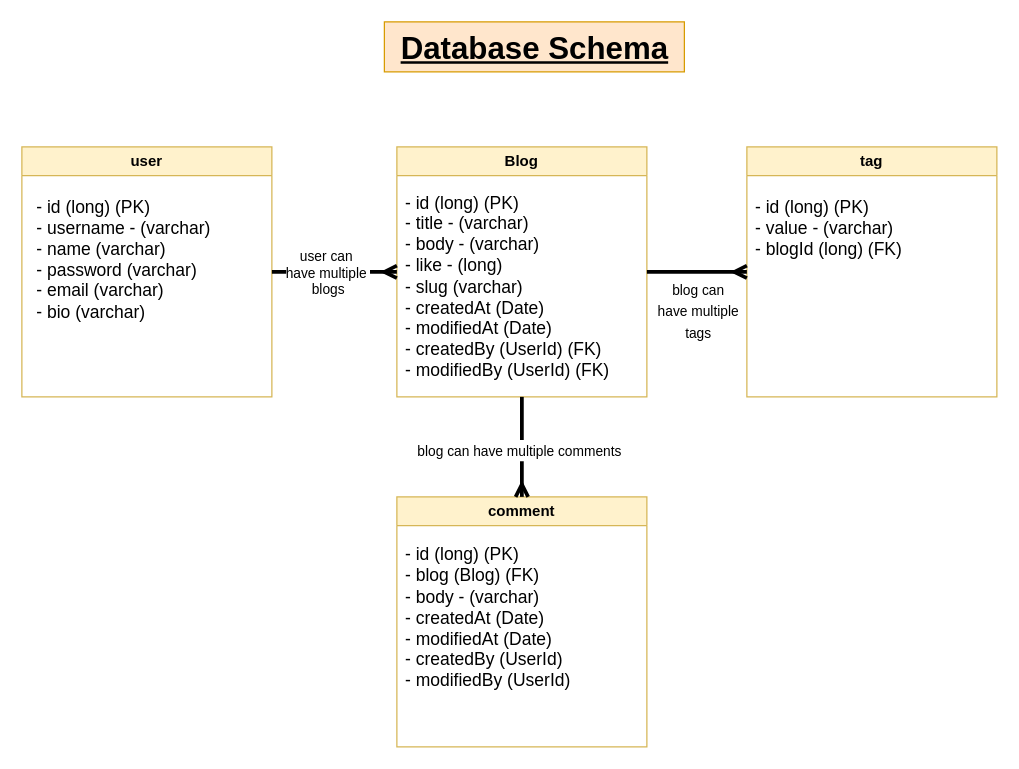
Above: DB Schema.drawio in sufiyan0211/Blog-Share (draw.io), before the change. Source tidied: cells renumbered, new cells numbered last; positions are measured from the earlier drawing's top-left corner, leaving out a move shared by most shapes. Both pictures are drawn from the tidied source at 125%, with x=0, y=0 at pixel (21, 21).
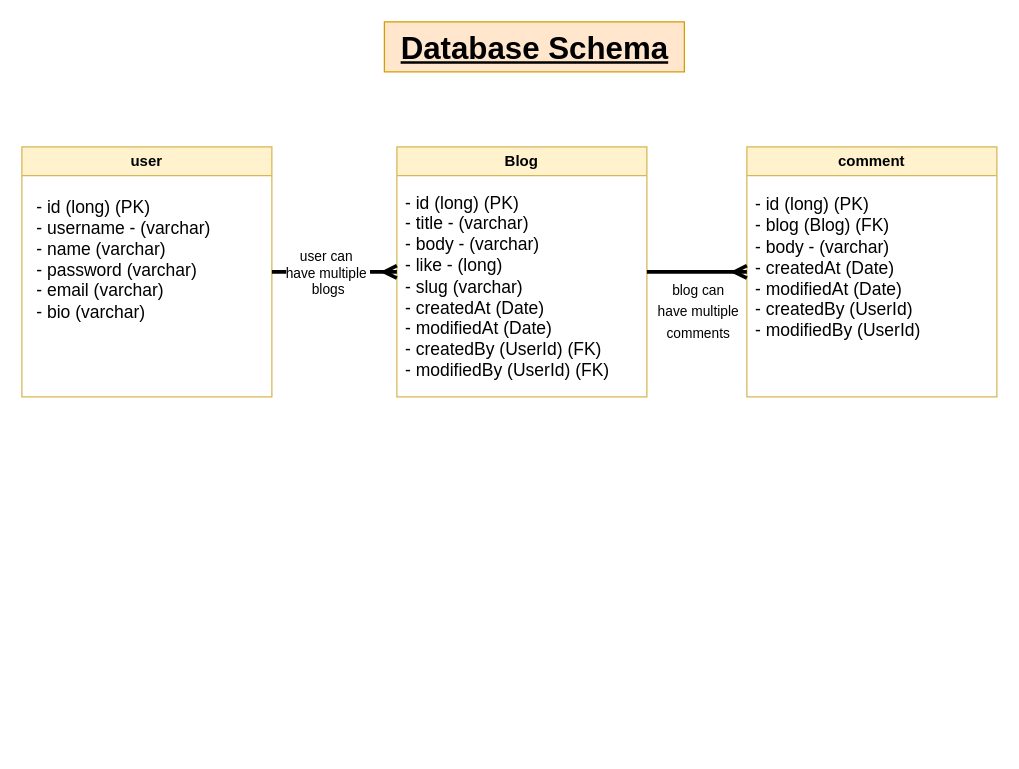
The same diagram, later.

Commit message (it also covers changes not shown here):
Modify design diagram

Diff of the diagram source:
```diff
@@
 <mxGraphModel>
   <root>
     <mxCell id="0" />
     <mxCell id="1" parent="0" />
     <mxCell id="2" value="user" style="swimlane;whiteSpace=wrap;html=1;fillColor=#fff2cc;strokeColor=#d6b656;" parent="1" vertex="1">
       <mxGeometry y="100" width="200" height="200" as="geometry" />
     </mxCell>
     <mxCell id="3" value="&lt;font style=&quot;font-size: 14px;&quot;&gt;- id (long) (PK)&lt;br&gt;&lt;/font&gt;&lt;div style=&quot;font-size: 14px;&quot;&gt;&lt;span style=&quot;background-color: initial;&quot;&gt;&lt;font style=&quot;font-size: 14px;&quot;&gt;- username - (varchar)&lt;/font&gt;&lt;/span&gt;&lt;/div&gt;&lt;div style=&quot;font-size: 14px;&quot;&gt;&lt;font style=&quot;font-size: 14px;&quot;&gt;&lt;span style=&quot;background-color: initial;&quot;&gt;- name (&lt;/span&gt;varchar&lt;span style=&quot;background-color: initial;&quot;&gt;)&lt;/span&gt;&lt;/font&gt;&lt;/div&gt;&lt;div style=&quot;font-size: 14px;&quot;&gt;- password (varchar)&lt;/div&gt;&lt;div style=&quot;font-size: 14px;&quot;&gt;- email (varchar)&lt;/div&gt;&lt;div style=&quot;font-size: 14px;&quot;&gt;- bio (varchar)&lt;/div&gt;" style="text;html=1;align=left;verticalAlign=middle;strokeColor=none;fillColor=none;" parent="2" vertex="1">
       <mxGeometry x="10" y="35" width="160" height="110" as="geometry" />
     </mxCell>
     <mxCell id="4" value="Blog" style="swimlane;whiteSpace=wrap;html=1;fillColor=#fff2cc;strokeColor=#d6b656;" parent="1" vertex="1">
       <mxGeometry x="300" y="100" width="200" height="200" as="geometry" />
     </mxCell>
     <mxCell id="5" value="&lt;font style=&quot;font-size: 14px;&quot;&gt;- id (long) (PK)&lt;br&gt;&lt;/font&gt;&lt;div style=&quot;font-size: 14px;&quot;&gt;&lt;span style=&quot;background-color: initial;&quot;&gt;&lt;font style=&quot;font-size: 14px;&quot;&gt;- title - (varchar)&lt;/font&gt;&lt;/span&gt;&lt;/div&gt;&lt;div style=&quot;font-size: 14px;&quot;&gt;&lt;span style=&quot;background-color: initial;&quot;&gt;&lt;font style=&quot;font-size: 14px;&quot;&gt;- body - (varchar)&lt;/font&gt;&lt;/span&gt;&lt;/div&gt;&lt;div style=&quot;font-size: 14px;&quot;&gt;&lt;font style=&quot;font-size: 14px;&quot;&gt;- like - (long)&lt;/font&gt;&lt;/div&gt;&lt;div style=&quot;font-size: 14px;&quot;&gt;&lt;font style=&quot;font-size: 14px;&quot;&gt;&lt;span style=&quot;background-color: initial;&quot;&gt;- slug (&lt;/span&gt;varchar&lt;span style=&quot;background-color: initial;&quot;&gt;)&lt;/span&gt;&lt;/font&gt;&lt;/div&gt;&lt;div style=&quot;font-size: 14px;&quot;&gt;&lt;font style=&quot;font-size: 14px;&quot;&gt;- createdAt (Date)&lt;/font&gt;&lt;/div&gt;&lt;div style=&quot;font-size: 14px;&quot;&gt;&lt;font style=&quot;font-size: 14px;&quot;&gt;- modifiedAt (Date)&lt;/font&gt;&lt;/div&gt;&lt;div style=&quot;font-size: 14px;&quot;&gt;&lt;font style=&quot;font-size: 14px;&quot;&gt;- createdBy (UserId) (FK)&lt;/font&gt;&lt;/div&gt;&lt;div style=&quot;font-size: 14px;&quot;&gt;&lt;font style=&quot;font-size: 14px;&quot;&gt;- modifiedBy (UserId) (FK)&lt;/font&gt;&lt;/div&gt;&lt;span style=&quot;background-color: initial; font-size: 14px;&quot;&gt;&lt;br&gt;&lt;/span&gt;" style="text;html=1;align=left;verticalAlign=middle;strokeColor=none;fillColor=none;" parent="4" vertex="1">
       <mxGeometry x="5" y="30" width="190" height="180" as="geometry" />
     </mxCell>
-    <mxCell id="6" value="tag" style="swimlane;whiteSpace=wrap;html=1;startSize=23;fillColor=#fff2cc;strokeColor=#d6b656;gradientColor=none;swimlaneFillColor=none;" parent="1" vertex="1">
-      <mxGeometry x="580" y="100" width="200" height="200" as="geometry" />
-    </mxCell>
-    <mxCell id="7" value="&lt;font style=&quot;font-size: 14px;&quot;&gt;- id (long) (PK)&lt;br&gt;&lt;/font&gt;&lt;div style=&quot;font-size: 14px;&quot;&gt;&lt;span style=&quot;background-color: initial;&quot;&gt;&lt;font style=&quot;font-size: 14px;&quot;&gt;- value - (varchar)&lt;/font&gt;&lt;/span&gt;&lt;/div&gt;&lt;div style=&quot;font-size: 14px;&quot;&gt;&lt;font style=&quot;font-size: 14px;&quot;&gt;&lt;span style=&quot;background-color: initial;&quot;&gt;- blogId (&lt;/span&gt;long&lt;span style=&quot;background-color: initial;&quot;&gt;) (FK)&lt;/span&gt;&lt;/font&gt;&lt;/div&gt;" style="text;html=1;align=left;verticalAlign=middle;strokeColor=none;fillColor=none;" parent="6" vertex="1">
-      <mxGeometry x="5" y="35" width="140" height="60" as="geometry" />
-    </mxCell>
     <mxCell id="8" value="comment" style="swimlane;whiteSpace=wrap;html=1;fillColor=#fff2cc;strokeColor=#d6b656;" parent="1" vertex="1">
-      <mxGeometry x="300" y="380" width="200" height="200" as="geometry" />
+      <mxGeometry x="580" y="100" width="200" height="200" as="geometry" />
     </mxCell>
     <mxCell id="9" value="&lt;font style=&quot;font-size: 14px;&quot;&gt;- id (long) (PK)&lt;br&gt;- blog (Blog) (FK)&lt;br&gt;&lt;/font&gt;&lt;div style=&quot;font-size: 14px;&quot;&gt;&lt;span style=&quot;background-color: initial;&quot;&gt;&lt;font style=&quot;font-size: 14px;&quot;&gt;- body - (varchar)&lt;/font&gt;&lt;/span&gt;&lt;/div&gt;&lt;div style=&quot;font-size: 14px;&quot;&gt;&lt;div style=&quot;border-color: var(--border-color);&quot;&gt;&lt;font style=&quot;font-size: 14px;&quot;&gt;- createdAt (Date)&lt;/font&gt;&lt;/div&gt;&lt;div style=&quot;border-color: var(--border-color);&quot;&gt;&lt;font style=&quot;font-size: 14px;&quot;&gt;- modifiedAt (Date)&lt;/font&gt;&lt;/div&gt;&lt;div style=&quot;border-color: var(--border-color);&quot;&gt;&lt;font style=&quot;font-size: 14px;&quot;&gt;- createdBy (UserId)&lt;/font&gt;&lt;/div&gt;&lt;div style=&quot;border-color: var(--border-color);&quot;&gt;&lt;font style=&quot;font-size: 14px;&quot;&gt;- modifiedBy (UserId)&lt;/font&gt;&lt;/div&gt;&lt;div style=&quot;border-color: var(--border-color);&quot;&gt;&lt;/div&gt;&lt;br style=&quot;border-color: var(--border-color);&quot;&gt;&lt;/div&gt;" style="text;html=1;align=left;verticalAlign=middle;strokeColor=none;fillColor=none;" parent="8" vertex="1">
       <mxGeometry x="5" y="30" width="160" height="150" as="geometry" />
     </mxCell>
     <mxCell id="10" value="&lt;font style=&quot;font-size: 25px;&quot;&gt;&lt;b&gt;&lt;u&gt;Database Schema&lt;/u&gt;&lt;/b&gt;&lt;/font&gt;" style="text;html=1;align=center;verticalAlign=middle;strokeColor=#d79b00;fillColor=#ffe6cc;" parent="1" vertex="1">
       <mxGeometry x="290" width="240" height="40" as="geometry" />
     </mxCell>
     <mxCell id="11" style="endArrow=ERmany;html=1;rounded=0;fontSize=14;fontColor=#000000;exitX=1;exitY=0.5;exitDx=0;exitDy=0;endFill=0;strokeWidth=3;entryX=0;entryY=0.5;entryDx=0;entryDy=0;" parent="1" edge="1" source="2" target="4">
       <mxGeometry relative="1" as="geometry" />
     </mxCell>
     <mxCell id="12" value="user can&amp;nbsp;&lt;br&gt;have multiple&amp;nbsp;&lt;br&gt;blogs" style="edgeLabel;html=1;align=center;verticalAlign=middle;fontSize=11;fontColor=#000000;" parent="11" vertex="1">
       <mxGeometry x="-0.31" y="-3" relative="1" as="geometry">
         <mxPoint x="9" y="-3" as="offset" />
       </mxGeometry>
     </mxCell>
-    <mxCell id="13" style="endArrow=ERmany;html=1;rounded=0;strokeWidth=3;fontSize=14;fontColor=#000000;entryX=0;entryY=0.5;entryDx=0;entryDy=0;exitX=1;exitY=0.5;exitDx=0;exitDy=0;startArrow=none;startFill=0;endFill=0;" parent="1" edge="1" source="4" target="6">
-      <mxGeometry relative="1" as="geometry" />
-    </mxCell>
-    <mxCell id="14" value="&lt;font style=&quot;font-size: 11px;&quot;&gt;blog can&lt;br&gt;have multiple&lt;br&gt;tags&lt;/font&gt;" style="edgeLabel;html=1;align=center;verticalAlign=middle;fontSize=14;fontColor=#000000;" parent="13" vertex="1">
-      <mxGeometry x="-0.3" relative="1" as="geometry">
-        <mxPoint x="12" y="30" as="offset" />
-      </mxGeometry>
-    </mxCell>
-    <mxCell id="15" style="endArrow=none;html=1;rounded=0;strokeWidth=3;fontSize=14;fontColor=#000000;exitX=0.5;exitY=0;exitDx=0;exitDy=0;entryX=0.5;entryY=1;entryDx=0;entryDy=0;startArrow=ERmany;startFill=0;" parent="1" edge="1" source="8" target="4">
+    <mxCell id="15" style="endArrow=none;html=1;rounded=0;strokeWidth=3;fontSize=14;fontColor=#000000;exitX=0;exitY=0.5;exitDx=0;exitDy=0;startArrow=ERmany;startFill=0;entryX=1;entryY=0.5;entryDx=0;entryDy=0;" parent="1" edge="1" source="8" target="4">
       <mxGeometry relative="1" as="geometry" />
     </mxCell>
-    <mxCell id="16" value="&lt;font style=&quot;font-size: 11px;&quot;&gt;blog can have multiple comments&lt;/font&gt;" style="edgeLabel;html=1;align=center;verticalAlign=middle;fontSize=14;fontColor=#000000;" parent="15" vertex="1">
-      <mxGeometry x="-0.05" y="3" relative="1" as="geometry" />
+    <mxCell id="16" value="&lt;font style=&quot;font-size: 11px;&quot;&gt;blog can &lt;br&gt;have multiple &lt;br&gt;comments&lt;/font&gt;" style="edgeLabel;html=1;align=center;verticalAlign=middle;fontSize=14;fontColor=#000000;" parent="15" vertex="1">
+      <mxGeometry x="-0.05" y="3" relative="1" as="geometry">
+        <mxPoint x="-2" y="27" as="offset" />
+      </mxGeometry>
     </mxCell>
   </root>
 </mxGraphModel>
```
